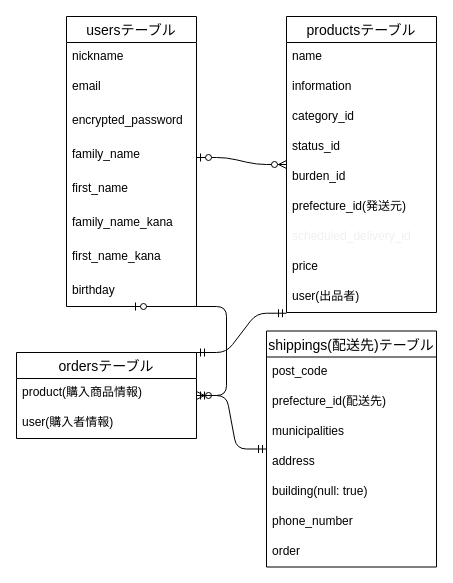
Above: 設計図.dio in momotaronyan/furima-37285 (draw.io), before the change. Source tidied: cells renumbered, new cells numbered last; positions are measured from the earlier drawing's top-left corner, leaving out a move shared by most shapes. Both pictures are drawn from the tidied source at 100%, with x=0, y=0 at pixel (16, 16).
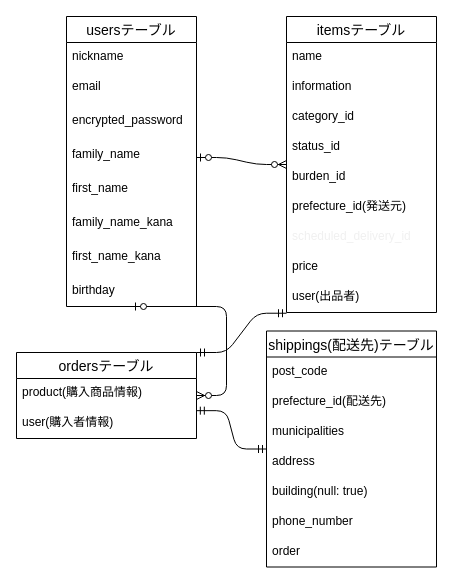
Above is the later version.

The change refers to these unchanged cells:
```xml
<mxCell id="21" value="shippings(配送先)テーブル" style="swimlane;fontStyle=0;horizontal=1;startSize=26;align=center;fontSize=14;" parent="1" vertex="1">
  <mxGeometry x="250" y="314.5" width="170" height="236" as="geometry" />
</mxCell>
<mxCell id="29" value="ordersテーブル" style="swimlane;fontStyle=0;horizontal=1;startSize=26;align=center;fontSize=14;" parent="1" vertex="1">
  <mxGeometry y="336" width="180" height="86" as="geometry" />
</mxCell>
<mxCell id="31" value="user(購入者情報)" style="text;strokeColor=none;fillColor=none;spacingLeft=4;spacingRight=4;overflow=hidden;points=[[0,0.5],[1,0.5]];portConstraint=eastwest;fontSize=12;" parent="29" vertex="1">
  <mxGeometry y="56" width="180" height="30" as="geometry" />
</mxCell>
```

Change to the diagram source:
```diff
@@
-    <mxCell id="11" value="productsテーブル" style="swimlane;fontStyle=0;horizontal=1;startSize=26;align=center;fontSize=14;" parent="1" vertex="1">
+    <mxCell id="11" value="itemsテーブル" style="swimlane;fontStyle=0;horizontal=1;startSize=26;align=center;fontSize=14;" parent="1" vertex="1">
       <mxGeometry x="270" width="150" height="296" as="geometry" />
     </mxCell>
@@
-    <mxCell id="35" style="edgeStyle=entityRelationEdgeStyle;fontSize=12;html=1;endArrow=ERmandOne;startArrow=ERmandOne;fontColor=#F0F0F0;" parent="1" edge="1" source="29" target="21">
+    <mxCell id="35" style="edgeStyle=entityRelationEdgeStyle;fontSize=12;html=1;endArrow=ERmandOne;startArrow=ERmandOne;fontColor=#F0F0F0;exitX=0.999;exitY=0.072;exitDx=0;exitDy=0;exitPerimeter=0;" parent="1" edge="1" source="31" target="21">
       <mxGeometry relative="1" as="geometry" />
     </mxCell>
```
